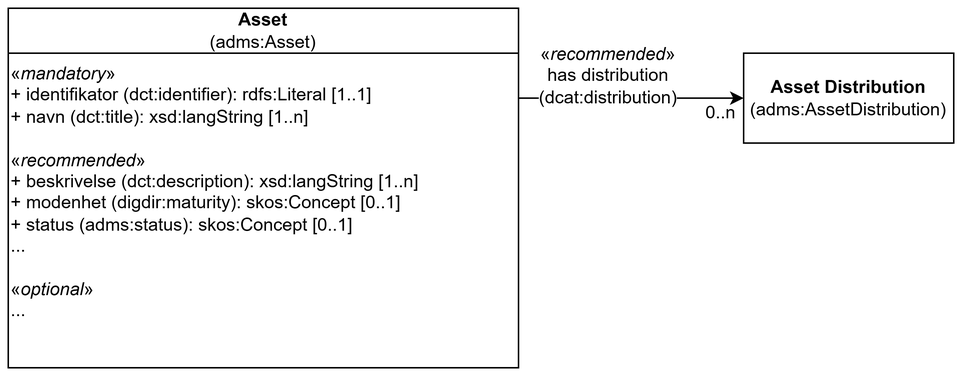
jimjyang/playground keeps this draw.io diagram as archadms-ap-no/docs/images/KlassenAsset.png. Above is the earlier version. Source tidied: cells renumbered, new cells last; positions are measured from the earlier drawing's top-left corner, leaving out a move shared by most shapes.
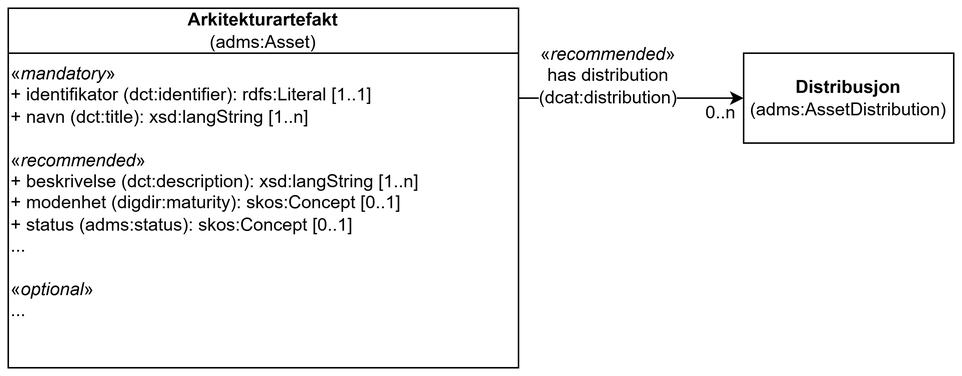
After the change.

The edit, as a diff of the source:
```diff
@@ -2,13 +2,13 @@
   <root>
     <mxCell id="0" />
     <mxCell id="1" parent="0" />
-    <mxCell id="2" value="Asset&lt;div&gt;&lt;span style=&quot;font-weight: normal;&quot;&gt;(adms:Asset)&lt;/span&gt;&lt;/div&gt;" style="swimlane;whiteSpace=wrap;html=1;startSize=30;" parent="1" vertex="1">
+    <mxCell id="2" value="Arkitekturartefakt&lt;div&gt;&lt;span style=&quot;font-weight: normal;&quot;&gt;(adms:Asset)&lt;/span&gt;&lt;/div&gt;" style="swimlane;whiteSpace=wrap;html=1;startSize=30;" parent="1" vertex="1">
       <mxGeometry width="340" height="240" as="geometry" />
     </mxCell>
     <mxCell id="3" value="&lt;div&gt;«&lt;i&gt;mandatory&lt;/i&gt;»&lt;/div&gt;&lt;div&gt;+&amp;nbsp;identifikator&amp;nbsp;(dct:identifier): rdfs:Literal [1..1]&lt;/div&gt;&lt;div&gt;+ navn (dct:title): xsd:langString [1..n]&lt;/div&gt;&lt;div&gt;&lt;br&gt;&lt;/div&gt;&lt;div&gt;«&lt;i&gt;recommended&lt;/i&gt;»&lt;/div&gt;&lt;div&gt;+ beskrivelse (dct:description):&amp;nbsp;&lt;span style=&quot;background-color: transparent; color: light-dark(rgb(0, 0, 0), rgb(255, 255, 255));&quot;&gt;xsd:langString [1..n]&lt;/span&gt;&lt;/div&gt;&lt;div&gt;+ modenhet (digdir:maturity): skos:Concept [0..1]&lt;/div&gt;&lt;div&gt;+ status (adms:status): skos:Concept [0..1]&lt;/div&gt;&lt;div&gt;...&lt;/div&gt;&lt;div&gt;&lt;br&gt;&lt;/div&gt;&lt;div&gt;«&lt;i&gt;optional&lt;/i&gt;»&lt;/div&gt;&lt;div&gt;&lt;span style=&quot;background-color: transparent; color: light-dark(rgb(0, 0, 0), rgb(255, 255, 255));&quot;&gt;...&lt;/span&gt;&lt;/div&gt;" style="text;html=1;whiteSpace=wrap;strokeColor=none;fillColor=none;align=left;verticalAlign=top;rounded=0;" parent="2" vertex="1">
       <mxGeometry y="30" width="320" height="190" as="geometry" />
     </mxCell>
-    <mxCell id="4" value="&lt;b&gt;Asset Distribution&lt;/b&gt;&lt;div&gt;(adms:AssetDistribution)&lt;/div&gt;" style="rounded=0;whiteSpace=wrap;html=1;" parent="1" vertex="1">
+    <mxCell id="4" value="&lt;b&gt;Distribusjon&lt;/b&gt;&lt;div&gt;(adms:AssetDistribution)&lt;/div&gt;" style="rounded=0;whiteSpace=wrap;html=1;" parent="1" vertex="1">
       <mxGeometry x="490" y="30" width="140" height="60" as="geometry" />
     </mxCell>
     <mxCell id="5" style="endArrow=classic;html=1;rounded=0;entryX=0;entryY=0.5;entryDx=0;entryDy=0;exitX=1;exitY=0.25;exitDx=0;exitDy=0;" parent="1" edge="1" source="2" target="4">
```
